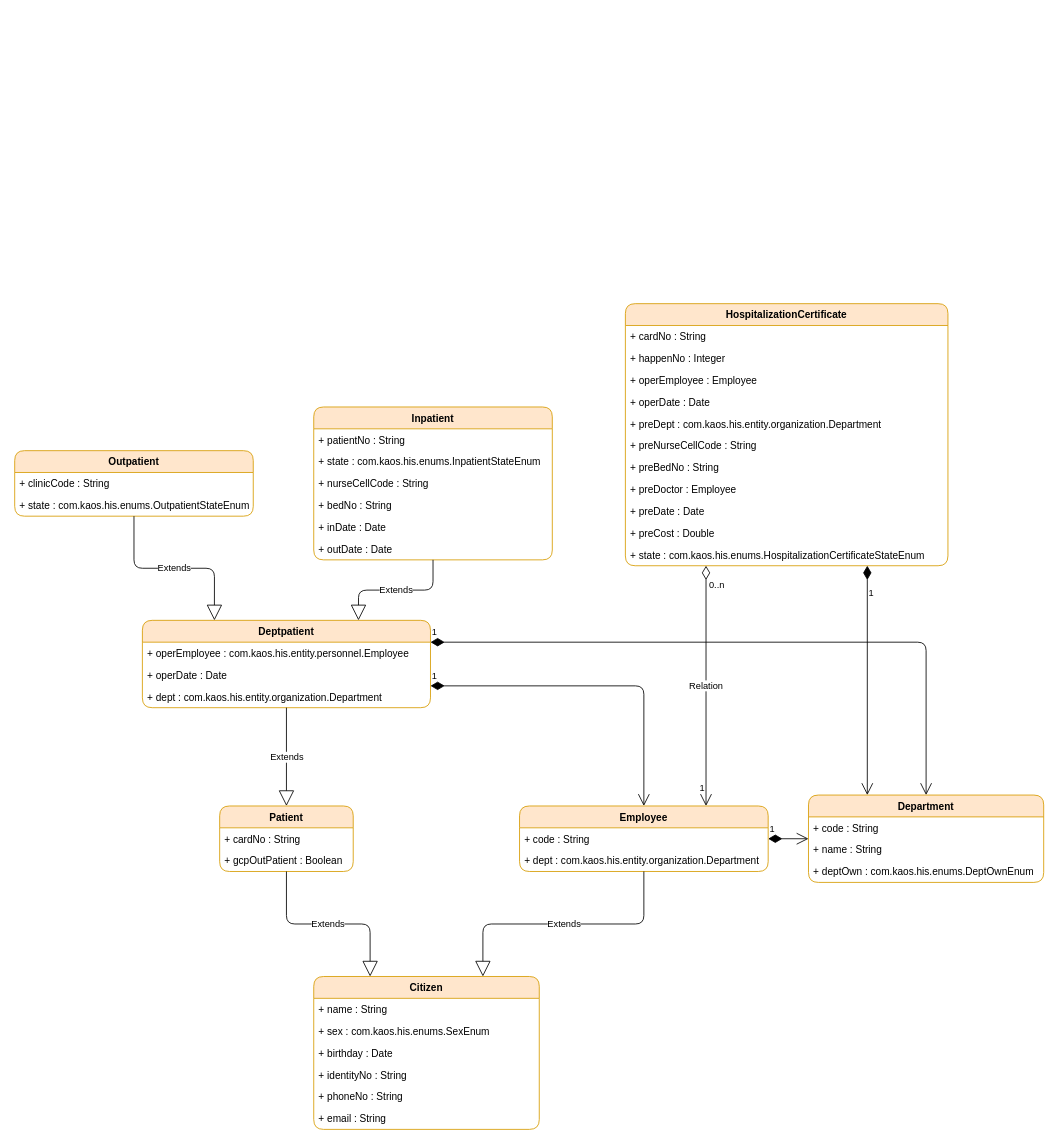
walnut-qin/springboot.skynet keeps this draw.io diagram as src/main/java/com/kaos/his/entity/Entity.drawio. Above is the earlier version. Source tidied: cells renumbered, new cells numbered last; positions are measured from the earlier drawing's top-left corner, leaving out a move shared by most shapes. Both pictures are drawn from the tidied source at 84%, with x=0, y=0 at pixel (14, 303).
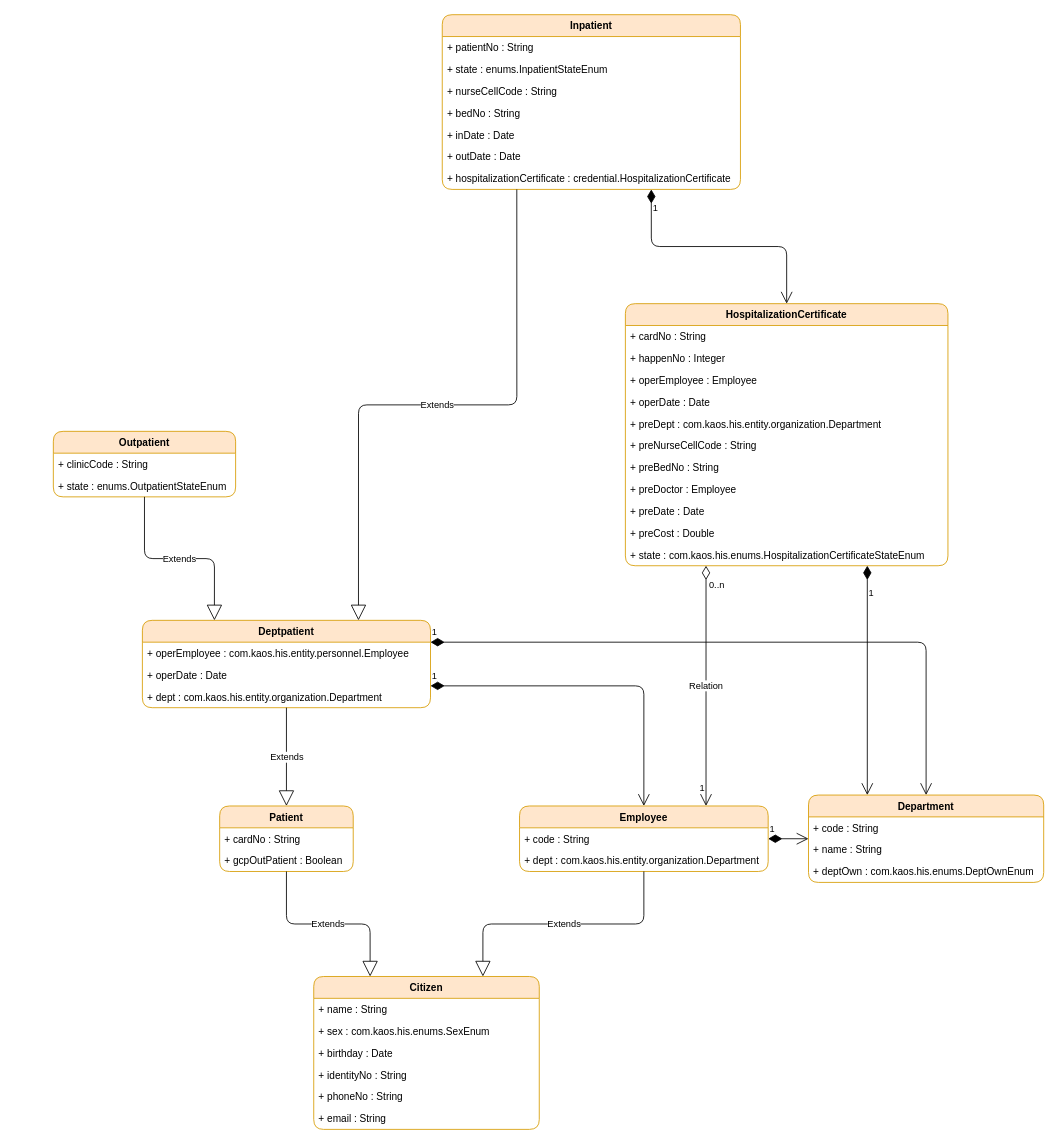
The same diagram, later.

Unchanged cells that the change refers to:
```xml
<mxCell id="22" value="Deptpatient" style="swimlane;fontStyle=1;align=center;verticalAlign=top;horizontal=1;startSize=26;rounded=1;shadow=0;strokeColor=#d79b00;fillColor=#ffe6cc;swimlaneFillColor=#ffffff;glass=0;" parent="1" vertex="1">
  <mxGeometry x="152" y="377" width="343" height="104" as="geometry" />
</mxCell>
<mxCell id="41" value="HospitalizationCertificate" style="swimlane;fontStyle=1;align=center;verticalAlign=top;horizontal=1;startSize=26;rounded=1;shadow=0;strokeColor=#d79b00;fillColor=#ffe6cc;swimlaneFillColor=#ffffff;glass=0;" parent="1" vertex="1">
  <mxGeometry x="727" width="384" height="312" as="geometry" />
</mxCell>
```

Diff of the diagram source:
```diff
@@
     <mxCell id="29" value="Outpatient" style="swimlane;fontStyle=1;align=center;verticalAlign=top;horizontal=1;startSize=26;rounded=1;shadow=0;strokeColor=#d79b00;fillColor=#ffe6cc;swimlaneFillColor=#ffffff;glass=0;" parent="1" vertex="1">
-      <mxGeometry y="175" width="284" height="78" as="geometry" />
+      <mxGeometry x="46" y="152" width="217" height="78" as="geometry" />
     </mxCell>
     <mxCell id="30" value="+ clinicCode : String" style="text;strokeColor=none;fillColor=none;align=left;verticalAlign=top;spacingLeft=4;spacingRight=4;overflow=hidden;" parent="29" vertex="1">
-      <mxGeometry y="26" width="284" height="26" as="geometry" />
+      <mxGeometry y="26" width="217" height="26" as="geometry" />
     </mxCell>
-    <mxCell id="31" value="+ state : com.kaos.his.enums.OutpatientStateEnum" style="text;strokeColor=none;fillColor=none;align=left;verticalAlign=top;spacingLeft=4;spacingRight=4;overflow=hidden;" parent="29" vertex="1">
-      <mxGeometry y="52" width="284" height="26" as="geometry" />
+    <mxCell id="31" value="+ state : enums.OutpatientStateEnum" style="text;strokeColor=none;fillColor=none;align=left;verticalAlign=top;spacingLeft=4;spacingRight=4;overflow=hidden;" parent="29" vertex="1">
+      <mxGeometry y="52" width="217" height="26" as="geometry" />
     </mxCell>
@@
     <mxCell id="33" value="Inpatient" style="swimlane;fontStyle=1;align=center;verticalAlign=top;horizontal=1;startSize=26;rounded=1;shadow=0;strokeColor=#d79b00;fillColor=#ffe6cc;swimlaneFillColor=#ffffff;glass=0;" parent="1" vertex="1">
-      <mxGeometry x="356" y="123" width="284" height="182" as="geometry" />
+      <mxGeometry x="509" y="-344" width="355" height="208" as="geometry" />
     </mxCell>
     <mxCell id="34" value="+ patientNo : String" style="text;strokeColor=none;fillColor=none;align=left;verticalAlign=top;spacingLeft=4;spacingRight=4;overflow=hidden;" parent="33" vertex="1">
-      <mxGeometry y="26" width="284" height="26" as="geometry" />
+      <mxGeometry y="26" width="355" height="26" as="geometry" />
     </mxCell>
-    <mxCell id="35" value="+ state : com.kaos.his.enums.InpatientStateEnum" style="text;strokeColor=none;fillColor=none;align=left;verticalAlign=top;spacingLeft=4;spacingRight=4;overflow=hidden;" parent="33" vertex="1">
-      <mxGeometry y="52" width="284" height="26" as="geometry" />
+    <mxCell id="35" value="+ state : enums.InpatientStateEnum" style="text;strokeColor=none;fillColor=none;align=left;verticalAlign=top;spacingLeft=4;spacingRight=4;overflow=hidden;" parent="33" vertex="1">
+      <mxGeometry y="52" width="355" height="26" as="geometry" />
     </mxCell>
     <mxCell id="36" value="+ nurseCellCode : String" style="text;strokeColor=none;fillColor=none;align=left;verticalAlign=top;spacingLeft=4;spacingRight=4;overflow=hidden;" parent="33" vertex="1">
-      <mxGeometry y="78" width="284" height="26" as="geometry" />
+      <mxGeometry y="78" width="355" height="26" as="geometry" />
     </mxCell>
     <mxCell id="37" value="+ bedNo : String" style="text;strokeColor=none;fillColor=none;align=left;verticalAlign=top;spacingLeft=4;spacingRight=4;overflow=hidden;" parent="33" vertex="1">
-      <mxGeometry y="104" width="284" height="26" as="geometry" />
+      <mxGeometry y="104" width="355" height="26" as="geometry" />
     </mxCell>
     <mxCell id="38" value="+ inDate : Date" style="text;strokeColor=none;fillColor=none;align=left;verticalAlign=top;spacingLeft=4;spacingRight=4;overflow=hidden;" parent="33" vertex="1">
-      <mxGeometry y="130" width="284" height="26" as="geometry" />
+      <mxGeometry y="130" width="355" height="26" as="geometry" />
     </mxCell>
     <mxCell id="39" value="+ outDate : Date" style="text;strokeColor=none;fillColor=none;align=left;verticalAlign=top;spacingLeft=4;spacingRight=4;overflow=hidden;" parent="33" vertex="1">
-      <mxGeometry y="156" width="284" height="26" as="geometry" />
+      <mxGeometry y="156" width="355" height="26" as="geometry" />
     </mxCell>
+    <mxCell id="57" value="+ hospitalizationCertificate : credential.HospitalizationCertificate" style="text;strokeColor=none;fillColor=none;align=left;verticalAlign=top;spacingLeft=4;spacingRight=4;overflow=hidden;" parent="33" vertex="1">
+      <mxGeometry y="182" width="355" height="26" as="geometry" />
+    </mxCell>
-    <mxCell id="40" value="Extends" style="endArrow=block;endSize=16;endFill=0;html=1;exitX=0.5;exitY=1;exitDx=0;exitDy=0;edgeStyle=orthogonalEdgeStyle;entryX=0.75;entryY=0;entryDx=0;entryDy=0;" parent="1" edge="1" source="33" target="22">
+    <mxCell id="40" value="Extends" style="endArrow=block;endSize=16;endFill=0;html=1;exitX=0.25;exitY=1;exitDx=0;exitDy=0;edgeStyle=orthogonalEdgeStyle;entryX=0.75;entryY=0;entryDx=0;entryDy=0;" parent="1" edge="1" source="33" target="22">
       <mxGeometry relative="1" as="geometry" />
     </mxCell>
@@
+    <mxCell id="58" value="1" style="endArrow=open;html=1;endSize=12;startArrow=diamondThin;startSize=14;startFill=1;edgeStyle=orthogonalEdgeStyle;align=left;verticalAlign=bottom;entryX=0.5;entryY=0;entryDx=0;entryDy=0;exitX=0.701;exitY=1;exitDx=0;exitDy=0;exitPerimeter=0;" parent="1" edge="1" source="33" target="41">
+      <mxGeometry x="-0.79" relative="1" as="geometry" />
+    </mxCell>
```
